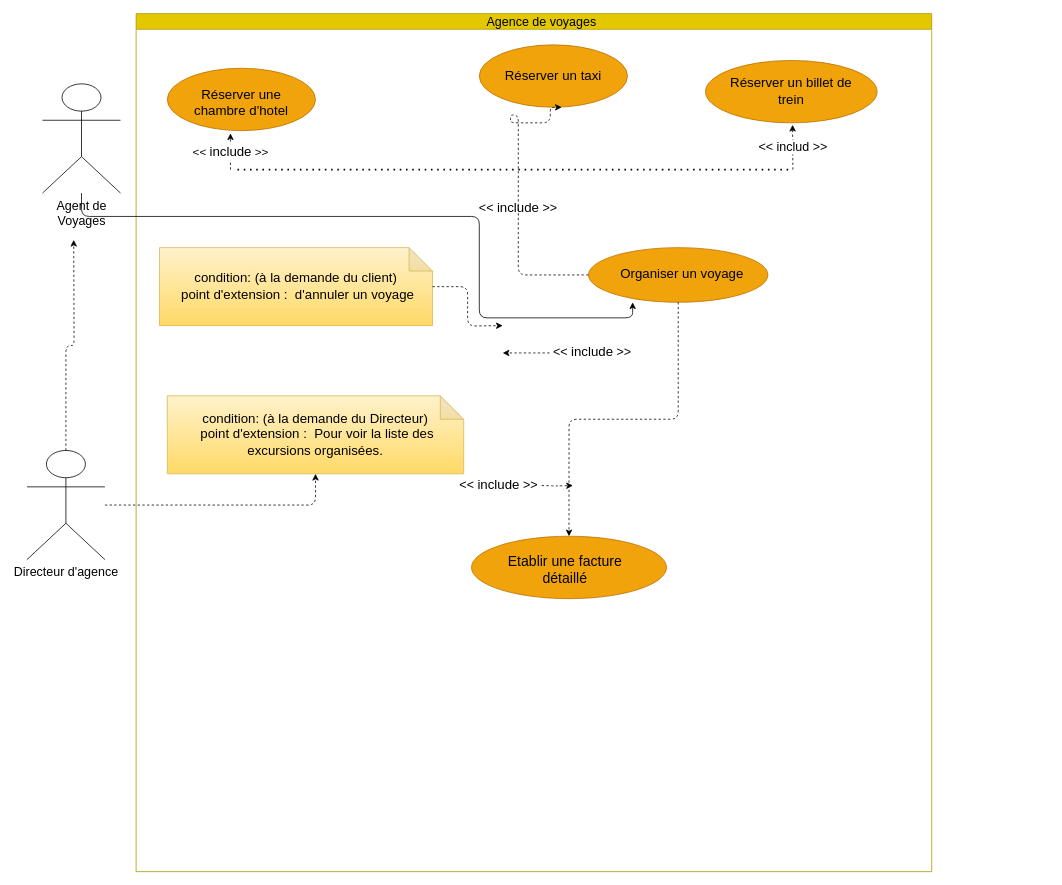
zakaria-batty/Syst-me-de-r-servation-agence-de-voyage- keeps this draw.io diagram as Untitled Diagram.drawio. Above is the earlier version. Source tidied: cells renumbered, new cells numbered last; positions are measured from the earlier drawing's top-left corner, leaving out a move shared by most shapes. Both pictures are drawn from the tidied source at 78%, with x=0, y=0 at pixel (27, 13).
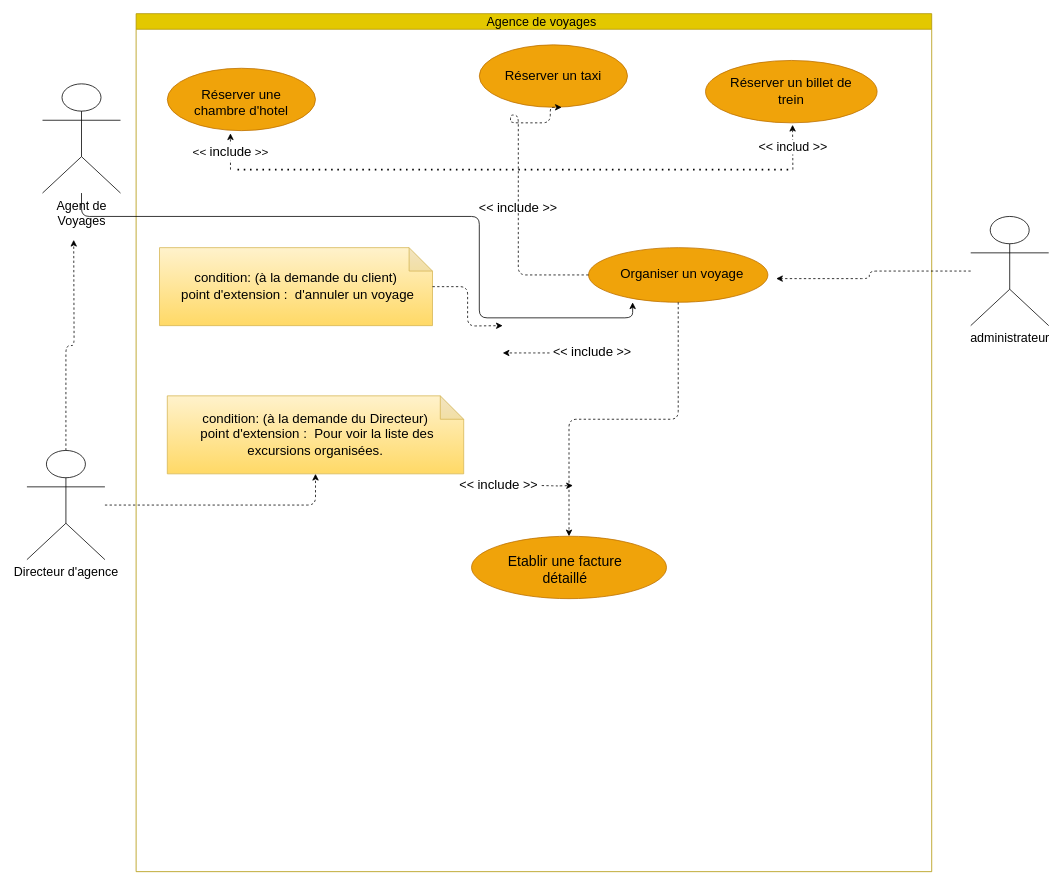
Above is the later version.

Unchanged cells that the change refers to:
```xml
<mxCell id="15" style="ellipse;whiteSpace=wrap;html=1;glass=0;fontSize=16;fillColor=#f0a30a;strokeColor=#BD7000;fontColor=#ffffff;" parent="2" vertex="1">
  <mxGeometry x="580" y="300" width="230" height="70" as="geometry" />
</mxCell>
```

What changed in the source:
```diff
@@
+    <mxCell id="33" style="edgeStyle=orthogonalEdgeStyle;rounded=1;jettySize=auto;html=1;shadow=0;dashed=1;fontSize=16;entryX=1.046;entryY=0.567;entryDx=0;entryDy=0;entryPerimeter=0;" parent="1" edge="1" source="34" target="15">
+      <mxGeometry relative="1" as="geometry" />
+    </mxCell>
+    <mxCell id="34" value="administrateur" style="shape=umlActor;verticalLabelPosition=bottom;verticalAlign=top;html=1;outlineConnect=0;glass=0;gradientColor=none;fontSize=16;" parent="1" vertex="1">
+      <mxGeometry x="1210" y="260" width="100" height="140" as="geometry" />
+    </mxCell>
```
